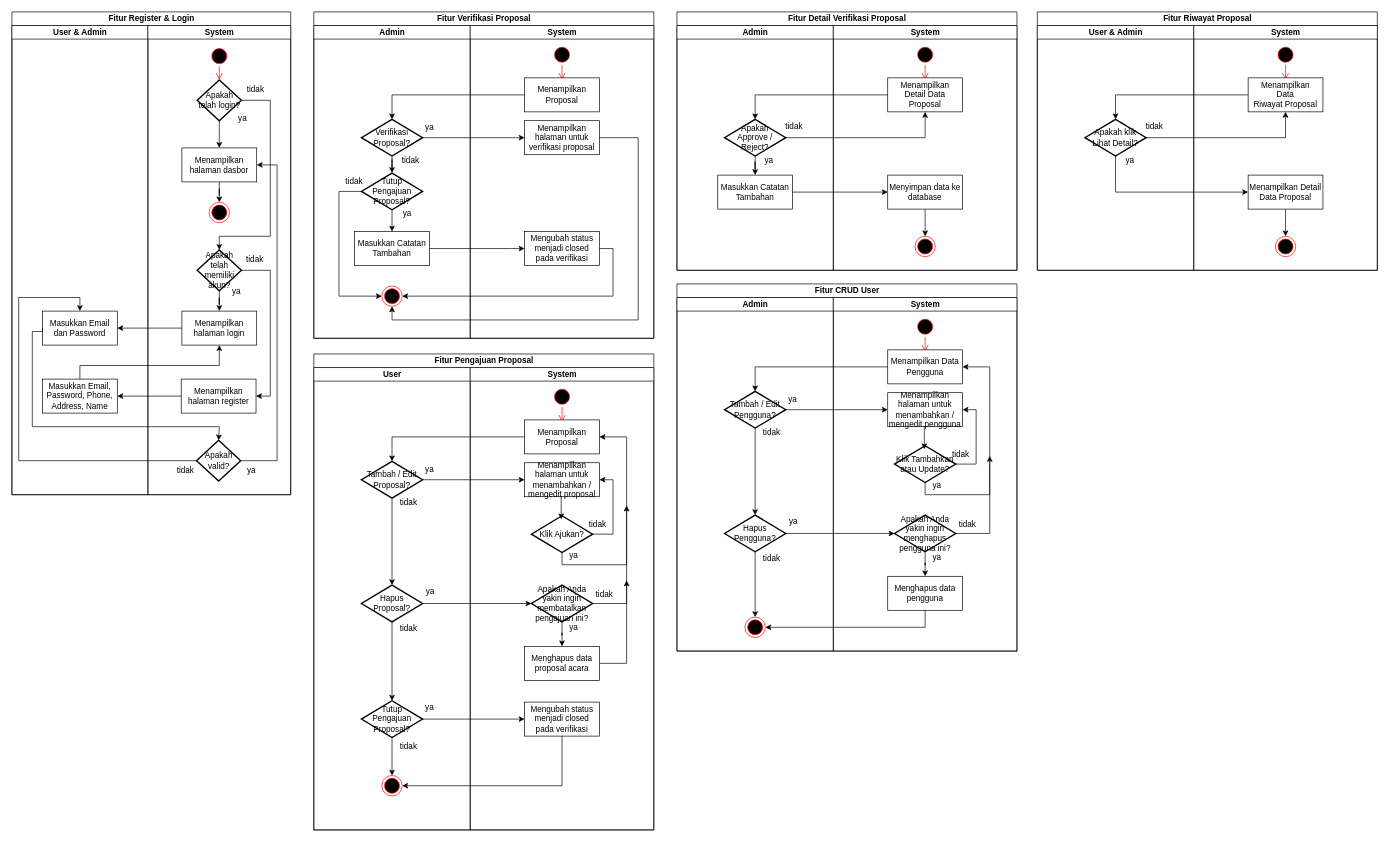
This is page "Activity Diagram" (6 of 6) of Uji Level 11_ Kadavi Raditya Alvino.drawio from dapzz-id/DrawIO, a draw.io file, before an edit. Source tidied: cells renumbered, new cells numbered last; positions are measured from the earlier drawing's top-left corner, leaving out a move shared by most shapes. Both pictures are drawn from the tidied source at 68%, with x=0, y=0 at pixel (12, 12).
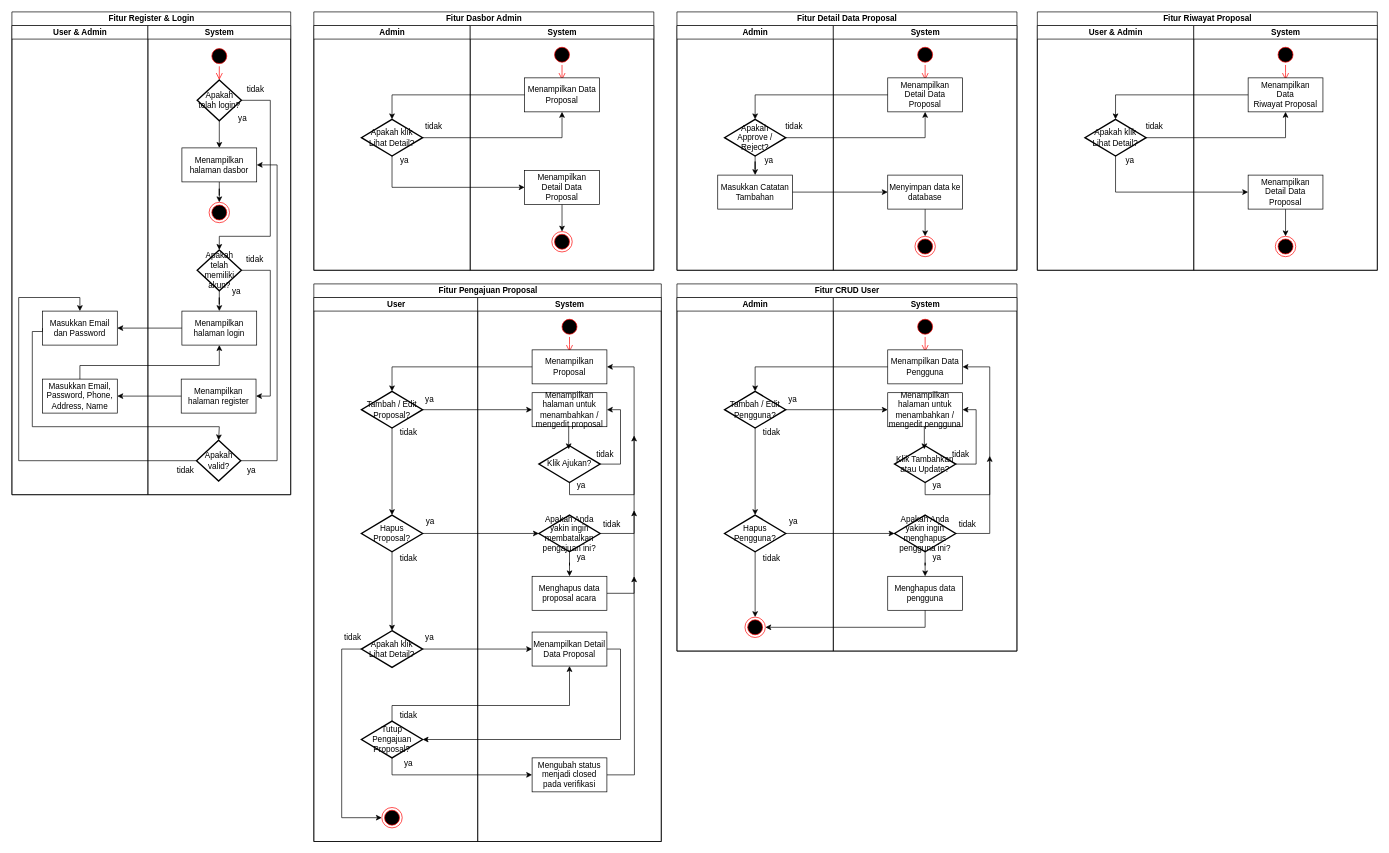
After the change.

The change refers to these unchanged cells:
```xml
<mxCell id="150" value="System" style="swimlane;startSize=20;html=1;" parent="145" vertex="1">
  <mxGeometry x="230" y="20" width="270" height="360" as="geometry" />
</mxCell>
```

Diff of the diagram source:
```diff
@@
-    <mxCell id="33" value="Fitur Verifikasi Proposal" style="swimlane;startSize=20;html=1;" parent="1" vertex="1">
-      <mxGeometry x="444" width="500" height="480" as="geometry" />
+    <mxCell id="33" value="Fitur Dasbor Admin" style="swimlane;startSize=20;html=1;" parent="1" vertex="1">
+      <mxGeometry x="444" width="500" height="380" as="geometry" />
     </mxCell>
     <mxCell id="34" value="Admin" style="swimlane;startSize=20;html=1;" parent="33" vertex="1">
-      <mxGeometry y="20" width="230" height="460" as="geometry" />
+      <mxGeometry y="20" width="230" height="360" as="geometry" />
     </mxCell>
-    <mxCell id="35" style="edgeStyle=orthogonalEdgeStyle;rounded=0;jettySize=auto;html=1;" parent="34" edge="1" source="36" target="39">
-      <mxGeometry relative="1" as="geometry" />
-    </mxCell>
-    <mxCell id="36" value="Verifikasi&lt;br&gt;Proposal?" style="strokeWidth=2;html=1;shape=mxgraph.flowchart.decision;whiteSpace=wrap;" parent="34" vertex="1">
+    <mxCell id="36" value="Apakah klik Lihat Detail?" style="strokeWidth=2;html=1;shape=mxgraph.flowchart.decision;whiteSpace=wrap;" parent="34" vertex="1">
       <mxGeometry x="70" y="138" width="90" height="54" as="geometry" />
     </mxCell>
+    <mxCell id="40" value="tidak" style="text;html=1;align=center;verticalAlign=middle;strokeColor=none;fillColor=none;" parent="34" vertex="1">
+      <mxGeometry x="151" y="133" width="50" height="30" as="geometry" />
+    </mxCell>
     <mxCell id="37" value="ya" style="text;html=1;align=center;verticalAlign=middle;strokeColor=none;fillColor=none;" parent="34" vertex="1">
-      <mxGeometry x="150" y="135" width="40" height="30" as="geometry" />
+      <mxGeometry x="113" y="184" width="40" height="30" as="geometry" />
     </mxCell>
-    <mxCell id="38" style="edgeStyle=orthogonalEdgeStyle;rounded=0;jettySize=auto;html=1;exitX=0;exitY=0.5;exitDx=0;exitDy=0;exitPerimeter=0;entryX=0;entryY=0.5;entryDx=0;entryDy=0;" parent="34" edge="1" source="39" target="43">
-      <mxGeometry relative="1" as="geometry">
-        <Array as="points">
-          <mxPoint x="37" y="244" />
-          <mxPoint x="37" y="398" />
-        </Array>
-      </mxGeometry>
-    </mxCell>
-    <mxCell id="39" value="Tutup Pengajuan&lt;div&gt;Proposal?&lt;/div&gt;" style="strokeWidth=2;html=1;shape=mxgraph.flowchart.decision;whiteSpace=wrap;" parent="34" vertex="1">
-      <mxGeometry x="70" y="217" width="90" height="54" as="geometry" />
-    </mxCell>
-    <mxCell id="40" value="tidak" style="text;html=1;align=center;verticalAlign=middle;strokeColor=none;fillColor=none;" parent="34" vertex="1">
-      <mxGeometry x="117" y="183" width="50" height="30" as="geometry" />
-    </mxCell>
-    <mxCell id="41" value="tidak" style="text;html=1;align=center;verticalAlign=middle;strokeColor=none;fillColor=none;" parent="34" vertex="1">
-      <mxGeometry x="34" y="214" width="50" height="30" as="geometry" />
-    </mxCell>
-    <mxCell id="42" value="ya" style="text;html=1;align=center;verticalAlign=middle;strokeColor=none;fillColor=none;" parent="34" vertex="1">
-      <mxGeometry x="117" y="262" width="40" height="30" as="geometry" />
-    </mxCell>
-    <mxCell id="43" style="ellipse;html=1;shape=endState;fillColor=#000000;strokeColor=#ff0000;" parent="34" vertex="1">
-      <mxGeometry x="100" y="383" width="30" height="30" as="geometry" />
-    </mxCell>
-    <mxCell id="44" value="Masukkan Catatan&lt;div&gt;Tambahan&lt;/div&gt;" style="html=1;whiteSpace=wrap;" parent="34" vertex="1">
-      <mxGeometry x="60" y="303" width="110" height="50" as="geometry" />
-    </mxCell>
-    <mxCell id="45" style="edgeStyle=orthogonalEdgeStyle;rounded=0;jettySize=auto;html=1;exitX=0.5;exitY=1;exitDx=0;exitDy=0;exitPerimeter=0;entryX=0.5;entryY=0;entryDx=0;entryDy=0;" parent="34" edge="1" source="39" target="44">
-      <mxGeometry relative="1" as="geometry" />
-    </mxCell>
     <mxCell id="46" value="System" style="swimlane;startSize=20;html=1;" parent="33" vertex="1">
-      <mxGeometry x="230" y="20" width="270" height="460" as="geometry" />
+      <mxGeometry x="230" y="20" width="270" height="360" as="geometry" />
     </mxCell>
@@
-    <mxCell id="49" value="Menampilkan Proposal" style="html=1;whiteSpace=wrap;" parent="46" vertex="1">
+    <mxCell id="49" value="Menampilkan Data Proposal" style="html=1;whiteSpace=wrap;" parent="46" vertex="1">
       <mxGeometry x="80" y="77" width="110" height="50" as="geometry" />
     </mxCell>
+    <mxCell id="54" style="edgeStyle=orthogonalEdgeStyle;rounded=0;jettySize=auto;html=1;" parent="46" edge="1" source="50" target="43">
+      <mxGeometry relative="1" as="geometry" />
+    </mxCell>
-    <mxCell id="50" value="Menampilkan halaman untuk verifikasi proposal" style="html=1;whiteSpace=wrap;" parent="46" vertex="1">
-      <mxGeometry x="80" y="140" width="110" height="50" as="geometry" />
+    <mxCell id="50" value="Menampilkan&lt;div&gt;Detail&amp;nbsp;&lt;span style=&quot;background-color: transparent; color: light-dark(rgb(0, 0, 0), rgb(255, 255, 255));&quot;&gt;Data Proposal&lt;/span&gt;&lt;/div&gt;" style="html=1;whiteSpace=wrap;" parent="46" vertex="1">
+      <mxGeometry x="80" y="213" width="110" height="50" as="geometry" />
     </mxCell>
-    <mxCell id="51" value="Mengubah status menjadi closed pada verifikasi" style="html=1;whiteSpace=wrap;" parent="46" vertex="1">
-      <mxGeometry x="80" y="303" width="110" height="50" as="geometry" />
-    </mxCell>
+    <mxCell id="43" style="ellipse;html=1;shape=endState;fillColor=#000000;strokeColor=#ff0000;" parent="46" vertex="1">
+      <mxGeometry x="120" y="303" width="30" height="30" as="geometry" />
+    </mxCell>
@@
-    <mxCell id="53" style="edgeStyle=orthogonalEdgeStyle;rounded=0;jettySize=auto;html=1;exitX=1;exitY=0.5;exitDx=0;exitDy=0;exitPerimeter=0;entryX=0;entryY=0.5;entryDx=0;entryDy=0;" parent="33" edge="1" source="36" target="50">
+    <mxCell id="53" style="edgeStyle=orthogonalEdgeStyle;rounded=0;jettySize=auto;html=1;exitX=1;exitY=0.5;exitDx=0;exitDy=0;exitPerimeter=0;entryX=0.5;entryY=1;entryDx=0;entryDy=0;" parent="33" edge="1" source="36" target="49">
       <mxGeometry relative="1" as="geometry" />
     </mxCell>
-    <mxCell id="54" style="edgeStyle=orthogonalEdgeStyle;rounded=0;jettySize=auto;html=1;exitX=1;exitY=0.5;exitDx=0;exitDy=0;entryX=0.5;entryY=1;entryDx=0;entryDy=0;" parent="33" edge="1" source="50" target="43">
-      <mxGeometry relative="1" as="geometry">
-        <Array as="points">
-          <mxPoint x="477" y="185" />
-          <mxPoint x="477" y="453" />
-          <mxPoint x="115" y="453" />
-        </Array>
-      </mxGeometry>
-    </mxCell>
-    <mxCell id="55" style="edgeStyle=orthogonalEdgeStyle;rounded=0;jettySize=auto;html=1;exitX=1;exitY=0.5;exitDx=0;exitDy=0;entryX=0;entryY=0.5;entryDx=0;entryDy=0;" parent="33" edge="1" source="44" target="51">
-      <mxGeometry relative="1" as="geometry">
-        <Array as="points">
-          <mxPoint x="291" y="348" />
-          <mxPoint x="291" y="348" />
-        </Array>
-      </mxGeometry>
-    </mxCell>
-    <mxCell id="56" style="edgeStyle=orthogonalEdgeStyle;rounded=0;jettySize=auto;html=1;exitX=1;exitY=0.5;exitDx=0;exitDy=0;entryX=1;entryY=0.5;entryDx=0;entryDy=0;" parent="33" edge="1" source="51" target="43">
-      <mxGeometry relative="1" as="geometry" />
-    </mxCell>
+    <mxCell id="160" style="edgeStyle=orthogonalEdgeStyle;rounded=0;jettySize=auto;html=1;exitX=0.5;exitY=1;exitDx=0;exitDy=0;exitPerimeter=0;entryX=0;entryY=0.5;entryDx=0;entryDy=0;" parent="33" edge="1" source="36" target="50">
+      <mxGeometry relative="1" as="geometry" />
+    </mxCell>
     <mxCell id="57" value="Fitur Pengajuan Proposal" style="swimlane;startSize=20;html=1;" parent="1" vertex="1">
-      <mxGeometry x="444" y="503" width="500" height="700" as="geometry" />
+      <mxGeometry x="444" y="400" width="511" height="820" as="geometry" />
     </mxCell>
     <mxCell id="58" value="User" style="swimlane;startSize=20;html=1;" parent="57" vertex="1">
-      <mxGeometry y="20" width="230" height="680" as="geometry" />
+      <mxGeometry y="20" width="241" height="800" as="geometry" />
     </mxCell>
@@
     <mxCell id="61" style="ellipse;html=1;shape=endState;fillColor=#000000;strokeColor=#ff0000;" parent="58" vertex="1">
-      <mxGeometry x="100" y="600" width="30" height="30" as="geometry" />
+      <mxGeometry x="100" y="750" width="30" height="30" as="geometry" />
     </mxCell>
@@
-    <mxCell id="67" style="edgeStyle=orthogonalEdgeStyle;rounded=0;jettySize=auto;html=1;exitX=0.5;exitY=1;exitDx=0;exitDy=0;exitPerimeter=0;" parent="58" edge="1" source="68" target="61">
-      <mxGeometry relative="1" as="geometry" />
+    <mxCell id="67" style="edgeStyle=orthogonalEdgeStyle;rounded=0;jettySize=auto;html=1;exitX=0;exitY=0.5;exitDx=0;exitDy=0;exitPerimeter=0;entryX=0;entryY=0.5;entryDx=0;entryDy=0;" parent="58" edge="1" source="68" target="61">
+      <mxGeometry relative="1" as="geometry">
+        <Array as="points">
+          <mxPoint x="41" y="517" />
+          <mxPoint x="41" y="765" />
+        </Array>
+      </mxGeometry>
     </mxCell>
-    <mxCell id="68" value="Tutup Pengajuan&lt;div&gt;Proposal?&lt;/div&gt;" style="strokeWidth=2;html=1;shape=mxgraph.flowchart.decision;whiteSpace=wrap;" parent="58" vertex="1">
+    <mxCell id="68" value="Apakah klik Lihat Detail?" style="strokeWidth=2;html=1;shape=mxgraph.flowchart.decision;whiteSpace=wrap;" parent="58" vertex="1">
       <mxGeometry x="70" y="490" width="90" height="54" as="geometry" />
     </mxCell>
@@
     <mxCell id="70" value="tidak" style="text;html=1;align=center;verticalAlign=middle;strokeColor=none;fillColor=none;" parent="58" vertex="1">
-      <mxGeometry x="114" y="542" width="50" height="30" as="geometry" />
+      <mxGeometry x="32" y="485" width="50" height="30" as="geometry" />
     </mxCell>
@@
+    <mxCell id="39" value="Tutup Pengajuan&lt;div&gt;Proposal?&lt;/div&gt;" style="strokeWidth=2;html=1;shape=mxgraph.flowchart.decision;whiteSpace=wrap;" parent="58" vertex="1">
+      <mxGeometry x="70" y="623" width="90" height="54" as="geometry" />
+    </mxCell>
+    <mxCell id="41" value="tidak" style="text;html=1;align=center;verticalAlign=middle;strokeColor=none;fillColor=none;" parent="58" vertex="1">
+      <mxGeometry x="114" y="600" width="50" height="30" as="geometry" />
+    </mxCell>
+    <mxCell id="42" value="ya" style="text;html=1;align=center;verticalAlign=middle;strokeColor=none;fillColor=none;" parent="58" vertex="1">
+      <mxGeometry x="119" y="670" width="40" height="30" as="geometry" />
+    </mxCell>
     <mxCell id="72" value="System" style="swimlane;startSize=20;html=1;" parent="57" vertex="1">
-      <mxGeometry x="230" y="20" width="270" height="680" as="geometry" />
+      <mxGeometry x="241" y="20" width="270" height="800" as="geometry" />
     </mxCell>
@@
-    <mxCell id="90" value="Mengubah status menjadi closed pada verifikasi" style="html=1;whiteSpace=wrap;" parent="72" vertex="1">
+    <mxCell id="90" value="Menampilkan Detail&lt;div&gt;Data Proposal&lt;/div&gt;" style="html=1;whiteSpace=wrap;" parent="72" vertex="1">
       <mxGeometry x="80" y="492" width="110" height="50" as="geometry" />
     </mxCell>
+    <mxCell id="161" style="edgeStyle=orthogonalEdgeStyle;rounded=0;jettySize=auto;html=1;exitX=1;exitY=0.5;exitDx=0;exitDy=0;" parent="72" edge="1" source="51">
+      <mxGeometry relative="1" as="geometry">
+        <mxPoint x="230" y="410" as="targetPoint" />
+      </mxGeometry>
+    </mxCell>
+    <mxCell id="51" value="Mengubah status menjadi closed pada verifikasi" style="html=1;whiteSpace=wrap;" parent="72" vertex="1">
+      <mxGeometry x="80" y="677" width="110" height="50" as="geometry" />
+    </mxCell>
@@
-    <mxCell id="95" style="edgeStyle=orthogonalEdgeStyle;rounded=0;jettySize=auto;html=1;exitX=0.5;exitY=1;exitDx=0;exitDy=0;entryX=1;entryY=0.5;entryDx=0;entryDy=0;" parent="57" edge="1" source="90" target="61">
-      <mxGeometry relative="1" as="geometry" />
-    </mxCell>
+    <mxCell id="162" style="edgeStyle=orthogonalEdgeStyle;rounded=0;jettySize=auto;html=1;exitX=1;exitY=0.5;exitDx=0;exitDy=0;entryX=1;entryY=0.5;entryDx=0;entryDy=0;entryPerimeter=0;" parent="57" edge="1" source="90" target="39">
+      <mxGeometry relative="1" as="geometry">
+        <Array as="points">
+          <mxPoint x="451" y="537" />
+          <mxPoint x="451" y="670" />
+        </Array>
+      </mxGeometry>
+    </mxCell>
+    <mxCell id="163" style="edgeStyle=orthogonalEdgeStyle;rounded=0;jettySize=auto;html=1;exitX=0.5;exitY=1;exitDx=0;exitDy=0;exitPerimeter=0;entryX=0;entryY=0.5;entryDx=0;entryDy=0;" parent="57" edge="1" source="39" target="51">
+      <mxGeometry relative="1" as="geometry" />
+    </mxCell>
+    <mxCell id="164" style="edgeStyle=orthogonalEdgeStyle;rounded=0;jettySize=auto;html=1;exitX=0.5;exitY=0;exitDx=0;exitDy=0;exitPerimeter=0;entryX=0.5;entryY=1;entryDx=0;entryDy=0;" parent="57" edge="1" source="39" target="90">
+      <mxGeometry relative="1" as="geometry">
+        <Array as="points">
+          <mxPoint x="115" y="620" />
+          <mxPoint x="376" y="620" />
+        </Array>
+      </mxGeometry>
+    </mxCell>
-    <mxCell id="96" value="Fitur Detail Verifikasi Proposal" style="swimlane;startSize=20;html=1;" parent="1" vertex="1">
+    <mxCell id="96" value="Fitur Detail Data Proposal" style="swimlane;startSize=20;html=1;" parent="1" vertex="1">
       <mxGeometry x="978" width="500" height="380" as="geometry" />
     </mxCell>
@@
-    <mxCell id="156" value="Menampilkan Detail&lt;div&gt;Data Proposal&lt;/div&gt;" style="html=1;whiteSpace=wrap;" parent="150" vertex="1">
+    <mxCell id="156" value="Menampilkan&lt;div&gt;Detail&amp;nbsp;&lt;span style=&quot;background-color: transparent; color: light-dark(rgb(0, 0, 0), rgb(255, 255, 255));&quot;&gt;Data Proposal&lt;/span&gt;&lt;/div&gt;" style="html=1;whiteSpace=wrap;" parent="150" vertex="1">
       <mxGeometry x="80" y="220" width="110" height="50" as="geometry" />
     </mxCell>
```
